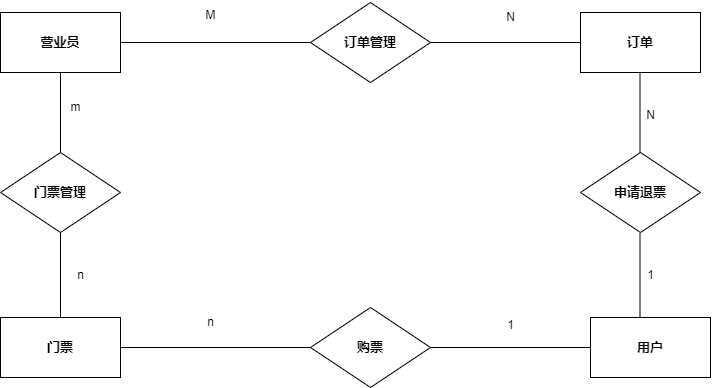
CN-Scars/TicketingManagementSystem keeps this draw.io diagram as document/DevelopmentDocumentation/imgs/E-R_TicketPurchaseManagement.png. Above is the earlier version. Source tidied: cells renumbered, new cells last; positions are measured from the earlier drawing's top-left corner, leaving out a move shared by most shapes. The source it was exported from:
```xml
<mxGraphModel>
  <root>
    <mxCell id="0" />
    <mxCell id="1" parent="0" />
    <mxCell id="2" value="营业员" style="rounded=0;whiteSpace=wrap;html=1;fontSize=13;fontStyle=1;" parent="1" vertex="1">
      <mxGeometry y="12" width="120" height="60" as="geometry" />
    </mxCell>
    <mxCell id="3" value="门票" style="rounded=0;whiteSpace=wrap;html=1;fontSize=13;fontStyle=1;" parent="1" vertex="1">
      <mxGeometry y="317" width="120" height="60" as="geometry" />
    </mxCell>
    <mxCell id="4" value="用户" style="rounded=0;whiteSpace=wrap;html=1;fontSize=13;fontStyle=1;" parent="1" vertex="1">
      <mxGeometry x="590" y="317" width="120" height="60" as="geometry" />
    </mxCell>
    <mxCell id="5" value="订单" style="rounded=0;whiteSpace=wrap;html=1;fontSize=13;fontStyle=1;" parent="1" vertex="1">
      <mxGeometry x="580" y="12" width="120" height="60" as="geometry" />
    </mxCell>
    <mxCell id="6" value="门票管理" style="rhombus;whiteSpace=wrap;html=1;fontSize=13;fontStyle=1;" parent="1" vertex="1">
      <mxGeometry y="152" width="120" height="80" as="geometry" />
    </mxCell>
    <mxCell id="7" value="购票" style="rhombus;whiteSpace=wrap;html=1;fontSize=13;fontStyle=1;" parent="1" vertex="1">
      <mxGeometry x="310" y="307" width="120" height="80" as="geometry" />
    </mxCell>
    <mxCell id="8" value="订单管理" style="rhombus;whiteSpace=wrap;html=1;fontSize=13;fontStyle=1;" parent="1" vertex="1">
      <mxGeometry x="310" y="2" width="120" height="80" as="geometry" />
    </mxCell>
    <mxCell id="9" style="endArrow=none;html=1;rounded=0;entryX=0.5;entryY=1;entryDx=0;entryDy=0;" parent="1" edge="1" source="6" target="2">
      <mxGeometry relative="1" as="geometry" />
    </mxCell>
    <mxCell id="10" style="endArrow=none;html=1;rounded=0;entryX=0.5;entryY=1;entryDx=0;entryDy=0;" parent="1" edge="1" source="3" target="6">
      <mxGeometry relative="1" as="geometry" />
    </mxCell>
    <mxCell id="11" style="endArrow=none;html=1;rounded=0;entryX=0;entryY=0.5;entryDx=0;entryDy=0;exitX=1;exitY=0.5;exitDx=0;exitDy=0;" parent="1" edge="1" source="3" target="7">
      <mxGeometry relative="1" as="geometry" />
    </mxCell>
    <mxCell id="12" style="endArrow=none;html=1;rounded=0;entryX=1;entryY=0.5;entryDx=0;entryDy=0;exitX=0;exitY=0.5;exitDx=0;exitDy=0;" parent="1" edge="1" source="8" target="2">
      <mxGeometry relative="1" as="geometry" />
    </mxCell>
    <mxCell id="13" style="endArrow=none;html=1;rounded=0;entryX=1;entryY=0.5;entryDx=0;entryDy=0;exitX=0;exitY=0.5;exitDx=0;exitDy=0;" parent="1" edge="1" source="5" target="8">
      <mxGeometry relative="1" as="geometry" />
    </mxCell>
    <mxCell id="14" style="endArrow=none;html=1;rounded=0;entryX=0;entryY=0.5;entryDx=0;entryDy=0;exitX=1;exitY=0.5;exitDx=0;exitDy=0;" parent="1" edge="1" source="7" target="4">
      <mxGeometry relative="1" as="geometry" />
    </mxCell>
    <mxCell id="15" value="m" style="text;html=1;align=center;verticalAlign=middle;strokeColor=none;fillColor=none;" parent="1" vertex="1">
      <mxGeometry x="60" y="92" width="30" height="30" as="geometry" />
    </mxCell>
    <mxCell id="16" value="M" style="text;html=1;align=center;verticalAlign=middle;strokeColor=none;fillColor=none;" parent="1" vertex="1">
      <mxGeometry x="195" width="30" height="30" as="geometry" />
    </mxCell>
    <mxCell id="17" value="n" style="text;html=1;align=center;verticalAlign=middle;strokeColor=none;fillColor=none;" parent="1" vertex="1">
      <mxGeometry x="65" y="260" width="30" height="30" as="geometry" />
    </mxCell>
    <mxCell id="18" value="n" style="text;html=1;align=center;verticalAlign=middle;strokeColor=none;fillColor=none;" parent="1" vertex="1">
      <mxGeometry x="195" y="307" width="30" height="30" as="geometry" />
    </mxCell>
    <mxCell id="19" value="1" style="text;html=1;align=center;verticalAlign=middle;strokeColor=none;fillColor=none;" parent="1" vertex="1">
      <mxGeometry x="495" y="310" width="30" height="30" as="geometry" />
    </mxCell>
    <mxCell id="20" value="N" style="text;html=1;align=center;verticalAlign=middle;strokeColor=none;fillColor=none;" parent="1" vertex="1">
      <mxGeometry x="495" y="2" width="30" height="30" as="geometry" />
    </mxCell>
    <mxCell id="21" value="申请退票" style="rhombus;whiteSpace=wrap;html=1;fontSize=13;fontStyle=1;" parent="1" vertex="1">
      <mxGeometry x="580" y="152" width="120" height="80" as="geometry" />
    </mxCell>
    <mxCell id="22" style="endArrow=none;html=1;rounded=0;entryX=0.5;entryY=1;entryDx=0;entryDy=0;" parent="1" edge="1">
      <mxGeometry relative="1" as="geometry">
        <mxPoint x="639.5" y="152" as="sourcePoint" />
        <mxPoint x="639.5" y="72" as="targetPoint" />
      </mxGeometry>
    </mxCell>
    <mxCell id="23" style="endArrow=none;html=1;rounded=0;entryX=0.5;entryY=1;entryDx=0;entryDy=0;" parent="1" edge="1">
      <mxGeometry relative="1" as="geometry">
        <mxPoint x="639.5" y="317.5" as="sourcePoint" />
        <mxPoint x="639.5" y="232.5" as="targetPoint" />
      </mxGeometry>
    </mxCell>
    <mxCell id="24" value="N" style="text;html=1;align=center;verticalAlign=middle;strokeColor=none;fillColor=none;" parent="1" vertex="1">
      <mxGeometry x="635" y="100" width="30" height="30" as="geometry" />
    </mxCell>
    <mxCell id="25" value="1" style="text;html=1;align=center;verticalAlign=middle;strokeColor=none;fillColor=none;" parent="1" vertex="1">
      <mxGeometry x="635" y="260" width="30" height="30" as="geometry" />
    </mxCell>
  </root>
</mxGraphModel>
```
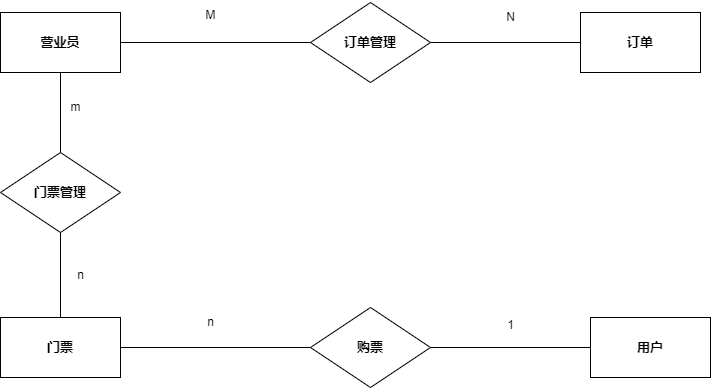
Above is the later version.

Diff of the diagram source:
```diff
@@ -59,26 +59,5 @@
     <mxCell id="20" value="N" style="text;html=1;align=center;verticalAlign=middle;strokeColor=none;fillColor=none;" parent="1" vertex="1">
       <mxGeometry x="495" y="2" width="30" height="30" as="geometry" />
     </mxCell>
-    <mxCell id="21" value="申请退票" style="rhombus;whiteSpace=wrap;html=1;fontSize=13;fontStyle=1;" parent="1" vertex="1">
-      <mxGeometry x="580" y="152" width="120" height="80" as="geometry" />
-    </mxCell>
-    <mxCell id="22" style="endArrow=none;html=1;rounded=0;entryX=0.5;entryY=1;entryDx=0;entryDy=0;" parent="1" edge="1">
-      <mxGeometry relative="1" as="geometry">
-        <mxPoint x="639.5" y="152" as="sourcePoint" />
-        <mxPoint x="639.5" y="72" as="targetPoint" />
-      </mxGeometry>
-    </mxCell>
-    <mxCell id="23" style="endArrow=none;html=1;rounded=0;entryX=0.5;entryY=1;entryDx=0;entryDy=0;" parent="1" edge="1">
-      <mxGeometry relative="1" as="geometry">
-        <mxPoint x="639.5" y="317.5" as="sourcePoint" />
-        <mxPoint x="639.5" y="232.5" as="targetPoint" />
-      </mxGeometry>
-    </mxCell>
-    <mxCell id="24" value="N" style="text;html=1;align=center;verticalAlign=middle;strokeColor=none;fillColor=none;" parent="1" vertex="1">
-      <mxGeometry x="635" y="100" width="30" height="30" as="geometry" />
-    </mxCell>
-    <mxCell id="25" value="1" style="text;html=1;align=center;verticalAlign=middle;strokeColor=none;fillColor=none;" parent="1" vertex="1">
-      <mxGeometry x="635" y="260" width="30" height="30" as="geometry" />
-    </mxCell>
   </root>
 </mxGraphModel>
```
